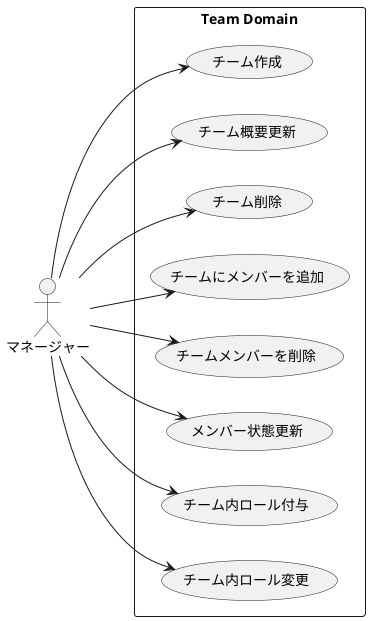
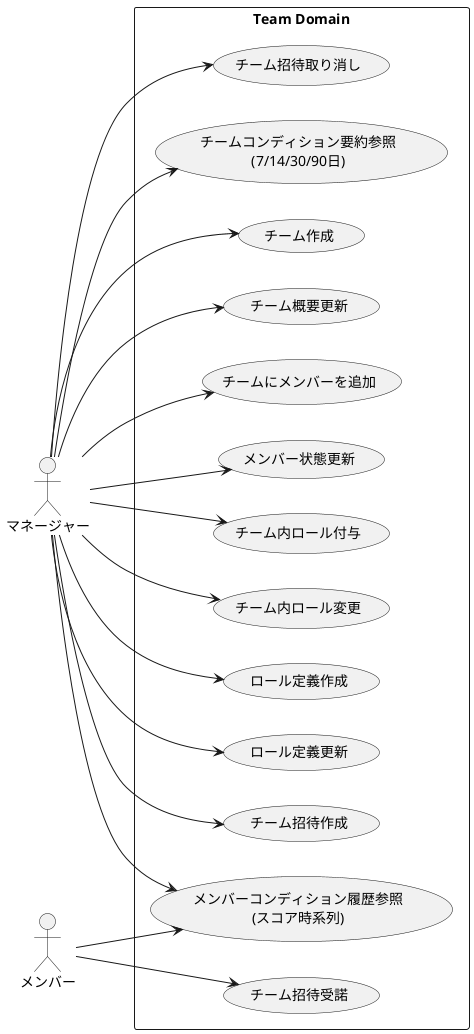
@startuml
left to right direction

actor "マネージャー" as Manager
+ actor "メンバー" as Member

rectangle "Team Domain" {

  usecase "チーム作成"
  usecase "チーム概要更新"
-   usecase "チーム削除"

  usecase "チームにメンバーを追加"
-   usecase "チームメンバーを削除"
  usecase "メンバー状態更新"

  usecase "チーム内ロール付与"
  usecase "チーム内ロール変更"
+   usecase "ロール定義作成"
+   usecase "ロール定義更新"
+ 
+   usecase "チーム招待作成"
+   usecase "チーム招待受諾"
+   usecase "チーム招待取り消し"
+ 
+   usecase "チームコンディション要約参照\n(7/14/30/90日)"
+   usecase "メンバーコンディション履歴参照\n(スコア時系列)"

}

Manager --> "チーム作成"
Manager --> "チーム概要更新"
- Manager --> "チーム削除"
Manager --> "チームにメンバーを追加"
- Manager --> "チームメンバーを削除"
Manager --> "メンバー状態更新"
Manager --> "チーム内ロール付与"
Manager --> "チーム内ロール変更"
+ Manager --> "ロール定義作成"
+ Manager --> "ロール定義更新"
+ Manager --> "チーム招待作成"
+ Manager --> "チーム招待取り消し"
+ Manager --> "チームコンディション要約参照\n(7/14/30/90日)"
+ Manager --> "メンバーコンディション履歴参照\n(スコア時系列)"
+ 
+ Member --> "チーム招待受諾"
+ Member --> "メンバーコンディション履歴参照\n(スコア時系列)"

@enduml